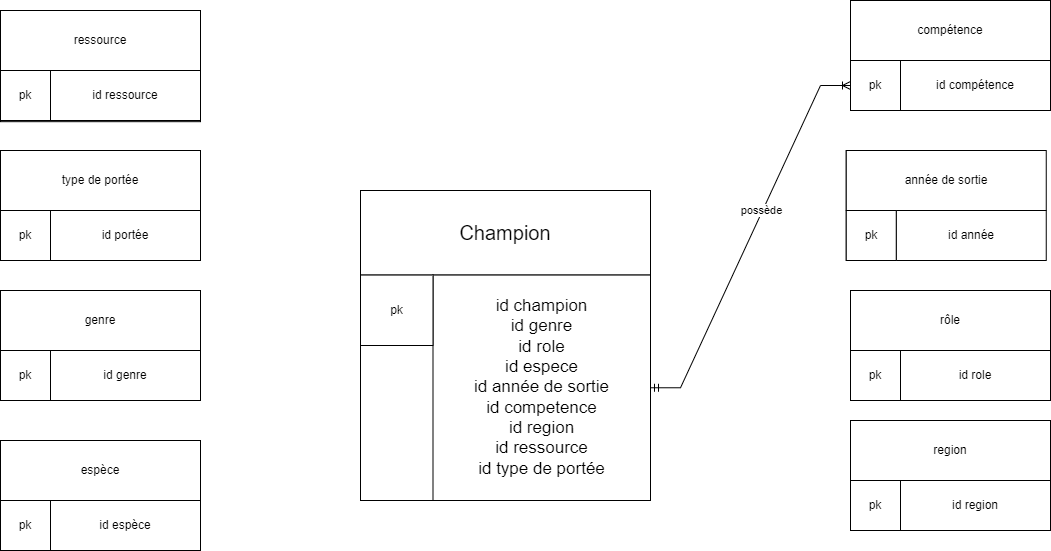
jules6920000/BTS2-CIEL-IR-MCD-2024-2025 keeps this draw.io diagram as Diagramme sans nom.drawio.png. Above is the earlier version. Source tidied: cells renumbered, new cells last; positions are measured from the earlier drawing's top-left corner, leaving out a move shared by most shapes.
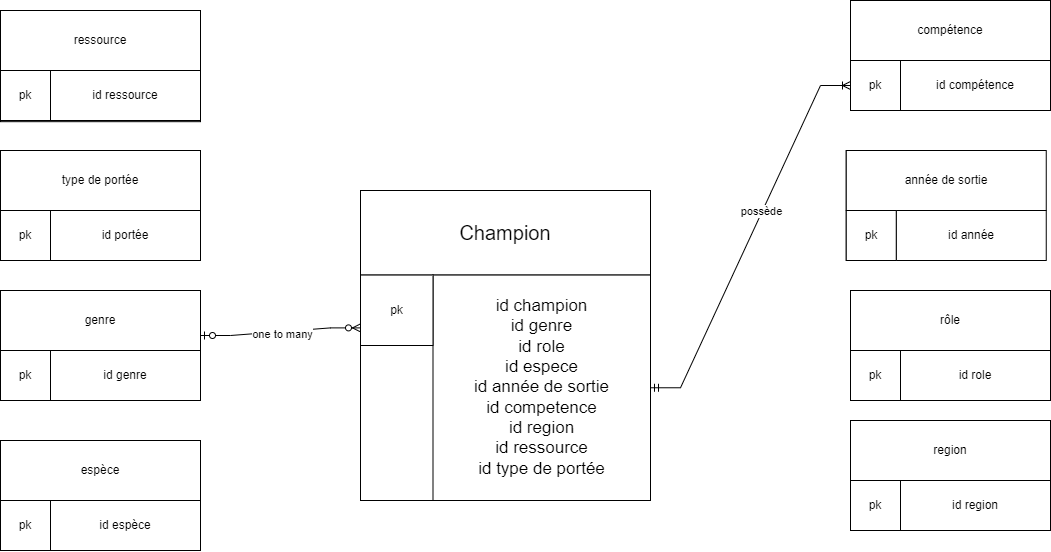
The same file after the commit.

Commit message:
Mettre à jour Diagramme sans nom.drawio.png

Diff of the diagram source:
```diff
@@ -148,5 +148,13 @@
     <mxCell id="49" value="pk" style="rounded=0;whiteSpace=wrap;html=1;" parent="45" vertex="1">
       <mxGeometry y="60" width="50" height="50" as="geometry" />
     </mxCell>
+    <mxCell id="50" style="edgeStyle=entityRelationEdgeStyle;fontSize=12;html=1;endArrow=ERzeroToMany;startArrow=ERzeroToOne;rounded=0;exitX=1;exitY=0.75;exitDx=0;exitDy=0;entryX=0;entryY=0.75;entryDx=0;entryDy=0;" parent="1" edge="1" source="37" target="8">
+      <mxGeometry relative="1" as="geometry" />
+    </mxCell>
+    <mxCell id="51" value="one to many" style="edgeLabel;html=1;align=center;verticalAlign=middle;" parent="50" vertex="1">
+      <mxGeometry x="0.01" y="-2" relative="1" as="geometry">
+        <mxPoint x="1" as="offset" />
+      </mxGeometry>
+    </mxCell>
   </root>
 </mxGraphModel>
```
